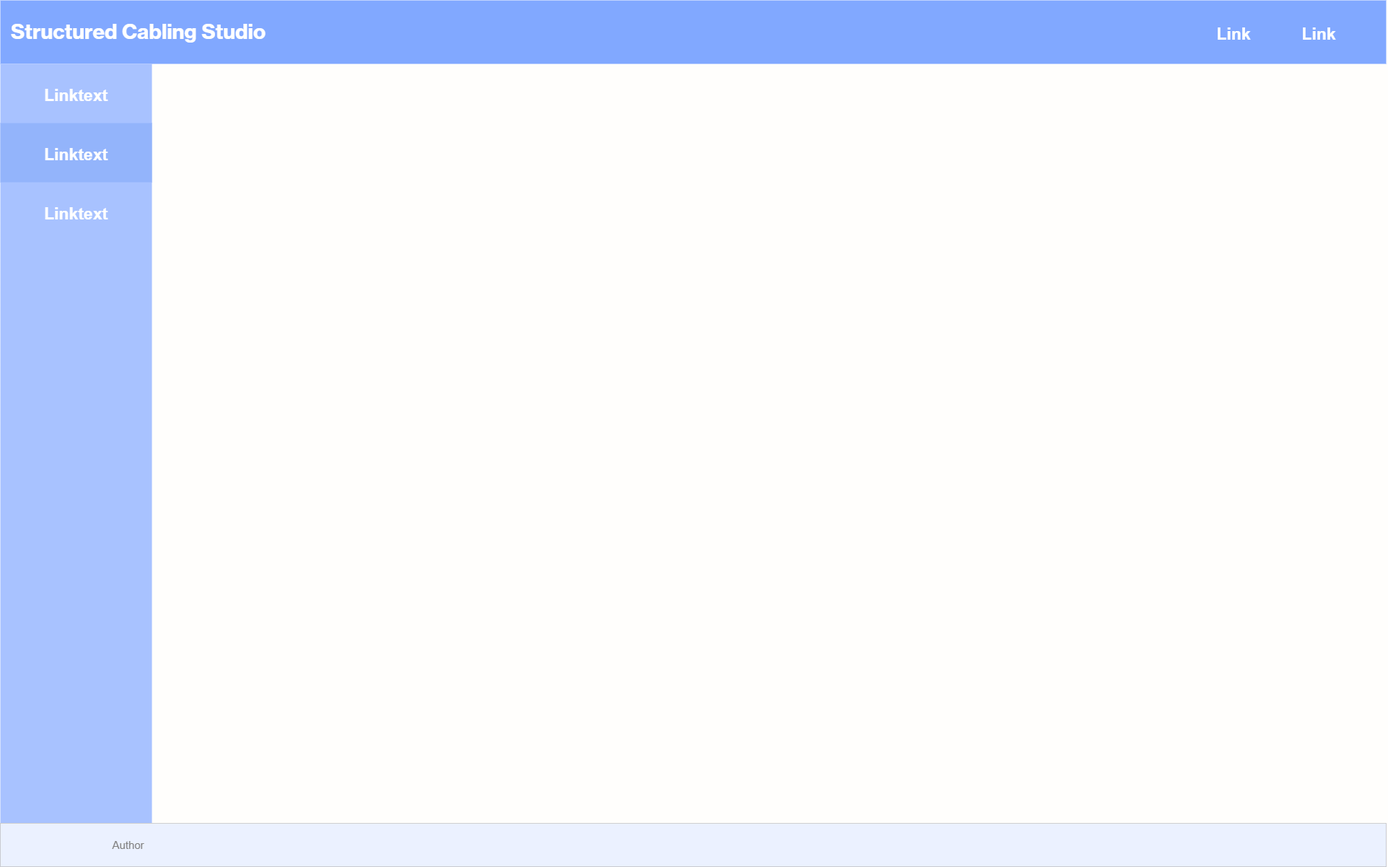
This is Mockups/_Layout_Mockup.drawio.png from Rhoxolan/Structured-Cabling-Studio, a draw.io export, as it was before one commit. Source tidied: cells renumbered, new cells last; positions are measured from the earlier drawing's top-left corner, leaving out a move shared by most shapes.
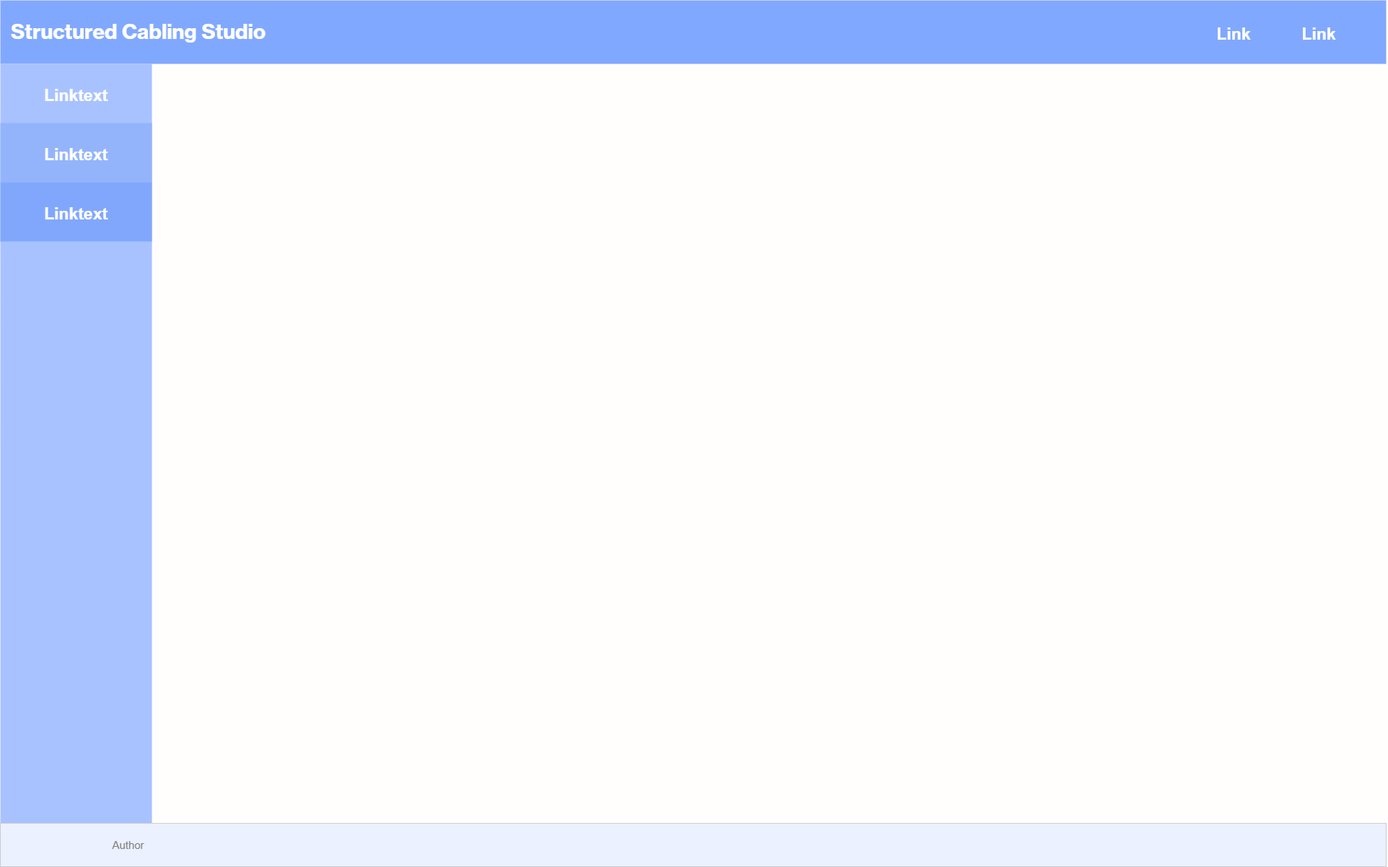
The same file after the commit.

Change to the diagram source:
```diff
@@ -29,7 +29,7 @@
     <mxCell id="10" value="Linktext" style="fillColor=#93b4fb;strokeColor=none;fontSize=23;fontColor=#ffffff;align=center;fontStyle=1;labelBackgroundColor=none;labelBorderColor=none;" parent="1" vertex="1">
       <mxGeometry y="170" width="210" height="82" as="geometry" />
     </mxCell>
-    <mxCell id="11" value="Linktext" style="fillColor=none;strokeColor=none;fontSize=23;fontColor=#ffffff;align=center;fontStyle=1;labelBackgroundColor=none;labelBorderColor=none;" parent="1" vertex="1">
+    <mxCell id="11" value="Linktext" style="fillColor=#81A7FD;strokeColor=none;fontSize=23;fontColor=#ffffff;align=center;fontStyle=1;labelBackgroundColor=none;labelBorderColor=none;" parent="1" vertex="1">
       <mxGeometry y="252" width="210" height="82" as="geometry" />
     </mxCell>
   </root>
```
